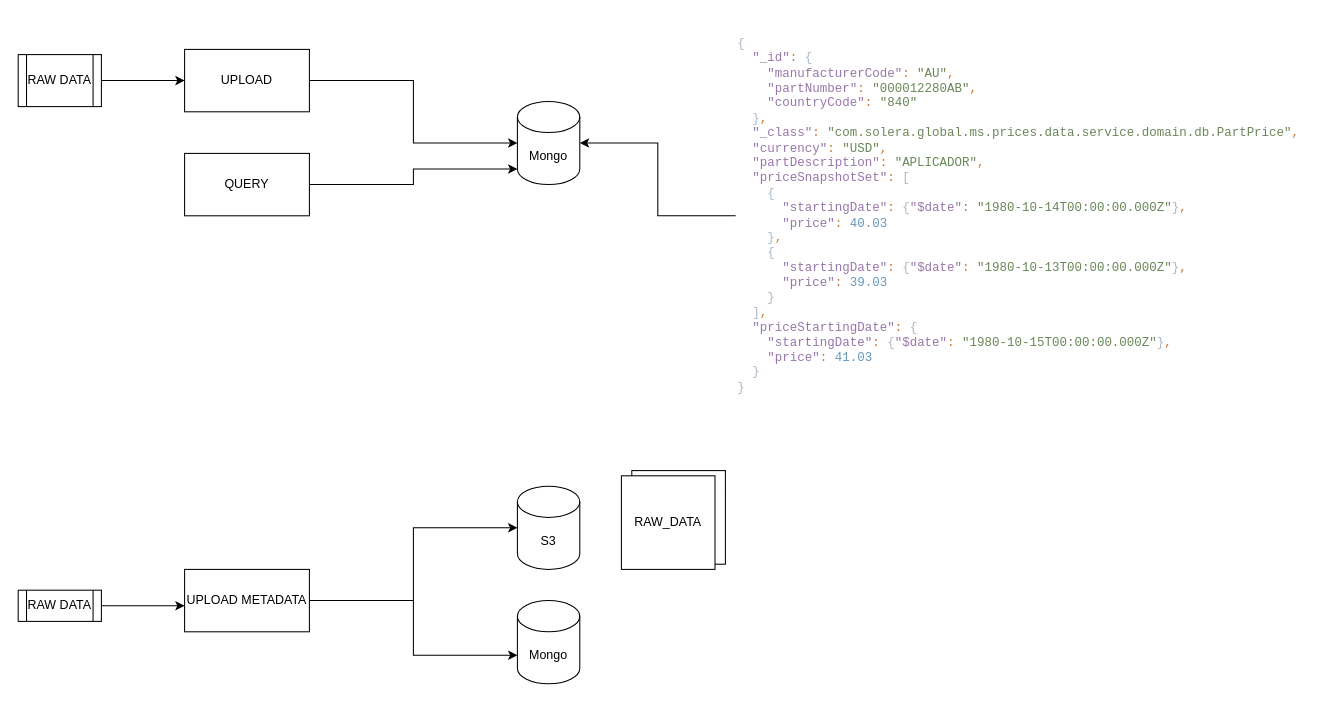
This is Untitled Diagram.drawio from juan-jimenez/sandboxes, a draw.io file, before an edit. Source tidied: cells renumbered, new cells numbered last; positions are measured from the earlier drawing's top-left corner, leaving out a move shared by most shapes. Both pictures are drawn from the tidied source at 104%, with x=0, y=0 at pixel (18, 18).
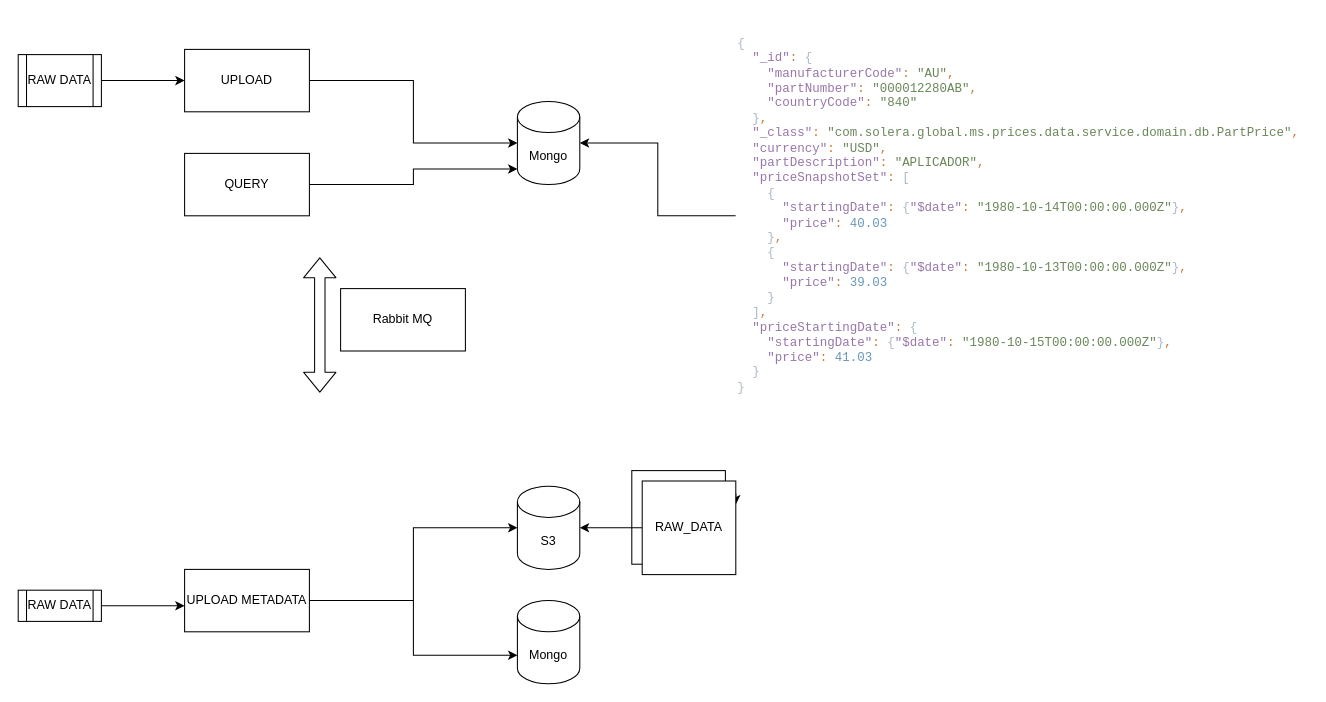
The same page after the edit.

Unchanged cells that the change refers to:
```xml
<mxCell id="11" value="S3" style="shape=cylinder3;whiteSpace=wrap;html=1;boundedLbl=1;backgroundOutline=1;size=15;" parent="1" vertex="1">
  <mxGeometry x="480" y="450" width="60" height="80" as="geometry" />
</mxCell>
```

Diff of the diagram source:
```diff
@@
+    <mxCell id="23" style="edgeStyle=orthogonalEdgeStyle;rounded=0;jettySize=auto;html=1;entryX=1;entryY=0.5;entryDx=0;entryDy=0;entryPerimeter=0;" parent="1" edge="1" source="22" target="11">
+      <mxGeometry relative="1" as="geometry" />
+    </mxCell>
     <mxCell id="22" value="&lt;div&gt;RAW_DATA&lt;/div&gt;" style="whiteSpace=wrap;html=1;" parent="1" vertex="1">
-      <mxGeometry x="580" y="440" width="90" height="90" as="geometry" />
+      <mxGeometry x="600" y="445" width="90" height="90" as="geometry" />
     </mxCell>
+    <mxCell id="24" style="shape=flexArrow;endArrow=classic;startArrow=classic;html=1;" parent="1" edge="1">
+      <mxGeometry relative="1" as="geometry">
+        <mxPoint x="290" y="360" as="sourcePoint" />
+        <mxPoint x="290" y="230" as="targetPoint" />
+      </mxGeometry>
+    </mxCell>
+    <mxCell id="25" value="Rabbit MQ" style="rounded=0;whiteSpace=wrap;html=1;" parent="1" vertex="1">
+      <mxGeometry x="310" y="260" width="120" height="60" as="geometry" />
+    </mxCell>
```
